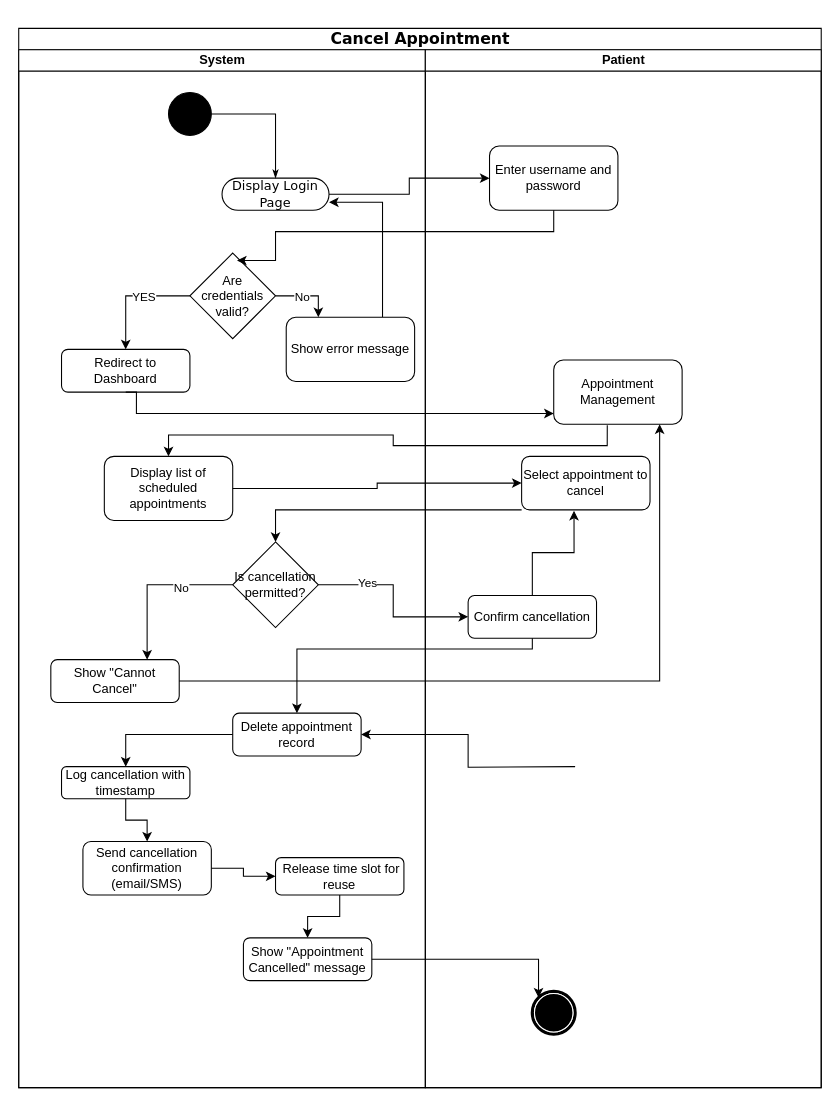
This is Untitled Diagram.drawio from ElisonaDoku-ENG/chess, a draw.io file, before an edit. Source tidied: cells renumbered, new cells numbered last; positions are measured from the earlier drawing's top-left corner, leaving out a move shared by most shapes. Both pictures are drawn from the tidied source at 107%, with x=0, y=0 at pixel (18, 28).
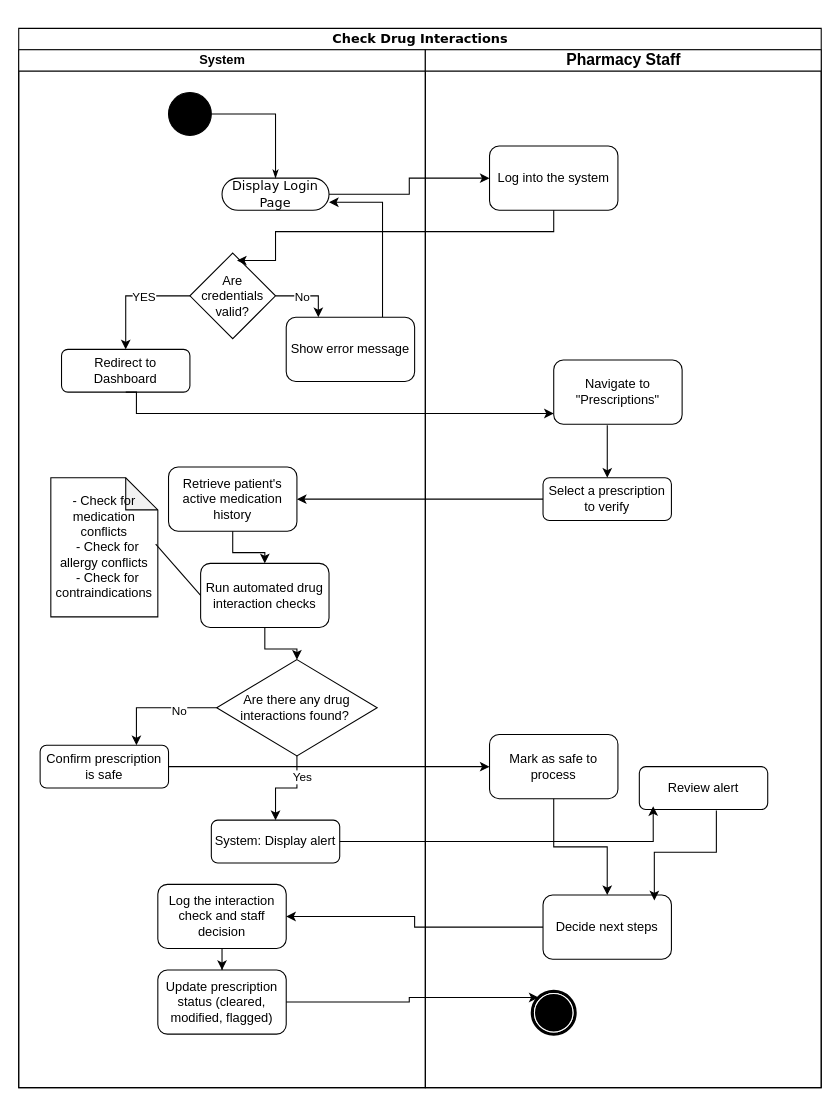
The same page after the edit.

Commit message:
Check Drug Interactions.drawio

The change refers to these unchanged cells:
```xml
<mxCell id="3" value="System" style="swimlane;html=1;startSize=20;" parent="2" vertex="1">
  <mxGeometry y="20" width="380" height="970" as="geometry" />
</mxCell>
<mxCell id="30" style="shape=mxgraph.bpmn.shape;html=1;verticalLabelPosition=bottom;labelBackgroundColor=#ffffff;verticalAlign=top;perimeter=ellipsePerimeter;outline=end;symbol=terminate;rounded=0;shadow=0;comic=0;strokeWidth=1;fontFamily=Verdana;fontSize=12;align=center;" parent="29" vertex="1">
  <mxGeometry x="100" y="880" width="40" height="40" as="geometry" />
</mxCell>
```

Diff of the diagram source:
```diff
@@
-    <mxCell id="2" value="&lt;span style=&quot;font-size:11.0pt;line-height:107%;&lt;br/&gt;font-family:&amp;quot;Arial&amp;quot;,sans-serif;mso-fareast-font-family:Calibri;mso-fareast-theme-font:&lt;br/&gt;minor-latin;mso-ansi-language:EN-US;mso-fareast-language:EN-US;mso-bidi-language:&lt;br/&gt;AR-SA&quot;&gt;Cancel Appointment &lt;/span&gt;" style="swimlane;html=1;startSize=20;rounded=0;shadow=0;comic=0;labelBackgroundColor=none;strokeWidth=1;fontFamily=Verdana;fontSize=12;align=center;" parent="1" vertex="1">
+    <mxCell id="2" value="&lt;p&gt;Check Drug Interactions&lt;/p&gt;" style="swimlane;html=1;startSize=20;rounded=0;shadow=0;comic=0;labelBackgroundColor=none;strokeWidth=1;fontFamily=Verdana;fontSize=12;align=center;" parent="1" vertex="1">
       <mxGeometry width="750" height="990" as="geometry" />
     </mxCell>
@@
-    <mxCell id="15" value="Display list of scheduled appointments" style="rounded=1;whiteSpace=wrap;html=1;" parent="3" vertex="1">
-      <mxGeometry x="80" y="380" width="120" height="60" as="geometry" />
-    </mxCell>
-    <mxCell id="16" value="Is cancellation permitted?" style="rhombus;whiteSpace=wrap;html=1;" parent="3" vertex="1">
-      <mxGeometry x="200" y="460" width="80" height="80" as="geometry" />
+    <mxCell id="16" value="Are there any drug interactions found?&amp;nbsp;" style="rhombus;whiteSpace=wrap;html=1;" parent="3" vertex="1">
+      <mxGeometry x="185" y="570" width="150" height="90" as="geometry" />
     </mxCell>
-    <mxCell id="17" value="Show &quot;Cannot Cancel&quot;" style="rounded=1;whiteSpace=wrap;html=1;" parent="3" vertex="1">
-      <mxGeometry x="30" y="570" width="120" height="40" as="geometry" />
+    <mxCell id="17" value="Confirm prescription is safe" style="rounded=1;whiteSpace=wrap;html=1;" parent="3" vertex="1">
+      <mxGeometry x="20" y="650" width="120" height="40" as="geometry" />
     </mxCell>
@@
-    <mxCell id="20" value="Delete appointment record" style="rounded=1;whiteSpace=wrap;html=1;" parent="3" vertex="1">
-      <mxGeometry x="200" y="620" width="120" height="40" as="geometry" />
-    </mxCell>
-    <mxCell id="21" value="Send cancellation confirmation (email/SMS)" style="rounded=1;whiteSpace=wrap;html=1;" parent="3" vertex="1">
-      <mxGeometry x="60" y="740" width="120" height="50" as="geometry" />
-    </mxCell>
-    <mxCell id="22" value="&amp;nbsp;Release time slot for reuse" style="rounded=1;whiteSpace=wrap;html=1;" parent="3" vertex="1">
-      <mxGeometry x="240" y="755" width="120" height="35" as="geometry" />
-    </mxCell>
-    <mxCell id="23" style="edgeStyle=orthogonalEdgeStyle;rounded=0;jettySize=auto;html=1;" parent="3" edge="1" source="21" target="22">
-      <mxGeometry relative="1" as="geometry" />
-    </mxCell>
-    <mxCell id="24" value="Show &quot;Appointment Cancelled&quot; message" style="rounded=1;whiteSpace=wrap;html=1;" parent="3" vertex="1">
-      <mxGeometry x="210" y="830" width="120" height="40" as="geometry" />
-    </mxCell>
-    <mxCell id="25" style="edgeStyle=orthogonalEdgeStyle;rounded=0;jettySize=auto;html=1;" parent="3" edge="1" source="22" target="24">
-      <mxGeometry relative="1" as="geometry" />
-    </mxCell>
-    <mxCell id="26" value="Log cancellation with timestamp" style="rounded=1;whiteSpace=wrap;html=1;" parent="3" vertex="1">
-      <mxGeometry x="40" y="670" width="120" height="30" as="geometry" />
-    </mxCell>
-    <mxCell id="27" style="edgeStyle=orthogonalEdgeStyle;rounded=0;jettySize=auto;html=1;" parent="3" edge="1" source="20" target="26">
-      <mxGeometry relative="1" as="geometry" />
-    </mxCell>
-    <mxCell id="28" style="edgeStyle=orthogonalEdgeStyle;rounded=0;jettySize=auto;html=1;" parent="3" edge="1" source="26" target="21">
-      <mxGeometry relative="1" as="geometry" />
-    </mxCell>
+    <mxCell id="48" value="Retrieve patient's active medication history" style="rounded=1;whiteSpace=wrap;html=1;" parent="3" vertex="1">
+      <mxGeometry x="140" y="390" width="120" height="60" as="geometry" />
+    </mxCell>
+    <mxCell id="49" style="edgeStyle=orthogonalEdgeStyle;rounded=0;jettySize=auto;html=1;" parent="3" edge="1" source="50" target="16">
+      <mxGeometry relative="1" as="geometry" />
+    </mxCell>
+    <mxCell id="50" value="Run automated drug interaction checks" style="rounded=1;whiteSpace=wrap;html=1;" parent="3" vertex="1">
+      <mxGeometry x="170" y="480" width="120" height="60" as="geometry" />
+    </mxCell>
+    <mxCell id="51" style="edgeStyle=orthogonalEdgeStyle;rounded=0;jettySize=auto;html=1;" parent="3" edge="1" source="48" target="50">
+      <mxGeometry relative="1" as="geometry" />
+    </mxCell>
+    <mxCell id="52" value="&lt;div&gt;- Check for medication conflicts&lt;/div&gt;&lt;div&gt;&amp;nbsp; - Check for allergy conflicts&lt;/div&gt;&lt;div&gt;&amp;nbsp; - Check for contraindications&lt;/div&gt;" style="shape=note;whiteSpace=wrap;html=1;backgroundOutline=1;darkOpacity=0.05;" parent="3" vertex="1">
+      <mxGeometry x="30" y="400" width="100" height="130" as="geometry" />
+    </mxCell>
+    <mxCell id="53" style="endArrow=none;html=1;rounded=0;exitX=0.98;exitY=0.477;exitDx=0;exitDy=0;exitPerimeter=0;entryX=0;entryY=0.5;entryDx=0;entryDy=0;" parent="3" edge="1" source="52" target="50">
+      <mxGeometry relative="1" as="geometry" />
+    </mxCell>
+    <mxCell id="54" value="System: Display alert" style="rounded=1;whiteSpace=wrap;html=1;" parent="3" vertex="1">
+      <mxGeometry x="180" y="720" width="120" height="40" as="geometry" />
+    </mxCell>
+    <mxCell id="55" style="edgeStyle=orthogonalEdgeStyle;rounded=0;jettySize=auto;html=1;" parent="3" edge="1" source="16" target="54">
+      <mxGeometry relative="1" as="geometry" />
+    </mxCell>
+    <mxCell id="45" value="Yes" style="edgeLabel;html=1;align=center;verticalAlign=middle;" parent="55" vertex="1">
+      <mxGeometry x="-0.53" y="4" relative="1" as="geometry" />
+    </mxCell>
+    <mxCell id="56" value="Update prescription status (cleared, modified, flagged)" style="rounded=1;whiteSpace=wrap;html=1;" parent="3" vertex="1">
+      <mxGeometry x="130" y="860" width="120" height="60" as="geometry" />
+    </mxCell>
-    <mxCell id="29" value="Patient" style="swimlane;html=1;startSize=20;" parent="2" vertex="1">
+    <mxCell id="29" value="&lt;span style=&quot;font-size:11.0pt;line-height:107%;&lt;br/&gt;font-family:&amp;quot;Arial&amp;quot;,sans-serif;mso-fareast-font-family:Calibri;mso-fareast-theme-font:&lt;br/&gt;minor-latin;mso-ansi-language:EN-US;mso-fareast-language:EN-US;mso-bidi-language:&lt;br/&gt;AR-SA&quot;&gt;Pharmacy Staff&lt;/span&gt;" style="swimlane;html=1;startSize=20;" parent="2" vertex="1">
       <mxGeometry x="380" y="20" width="370" height="970" as="geometry" />
     </mxCell>
@@
-    <mxCell id="31" value="Enter username and password" style="rounded=1;whiteSpace=wrap;html=1;" parent="29" vertex="1">
+    <mxCell id="31" value="Log into the system" style="rounded=1;whiteSpace=wrap;html=1;" parent="29" vertex="1">
       <mxGeometry x="60" y="90" width="120" height="60" as="geometry" />
     </mxCell>
-    <mxCell id="32" value="Appointment Management" style="rounded=1;whiteSpace=wrap;html=1;" parent="29" vertex="1">
+    <mxCell id="32" value="Navigate to &quot;Prescriptions&quot;" style="rounded=1;whiteSpace=wrap;html=1;" parent="29" vertex="1">
       <mxGeometry x="120" y="290" width="120" height="60" as="geometry" />
     </mxCell>
-    <mxCell id="33" value="Select appointment to cancel" style="rounded=1;whiteSpace=wrap;html=1;" parent="29" vertex="1">
-      <mxGeometry x="90" y="380" width="120" height="50" as="geometry" />
-    </mxCell>
-    <mxCell id="34" value="Confirm cancellation" style="rounded=1;whiteSpace=wrap;html=1;" parent="29" vertex="1">
-      <mxGeometry x="40" y="510" width="120" height="40" as="geometry" />
-    </mxCell>
-    <mxCell id="35" style="edgeStyle=orthogonalEdgeStyle;rounded=0;jettySize=auto;html=1;entryX=0.408;entryY=1.017;entryDx=0;entryDy=0;entryPerimeter=0;" parent="29" edge="1" source="34" target="33">
-      <mxGeometry relative="1" as="geometry" />
-    </mxCell>
+    <mxCell id="15" value="Select a prescription to verify" style="rounded=1;whiteSpace=wrap;html=1;" parent="29" vertex="1">
+      <mxGeometry x="110" y="400" width="120" height="40" as="geometry" />
+    </mxCell>
+    <mxCell id="39" style="edgeStyle=orthogonalEdgeStyle;rounded=0;jettySize=auto;html=1;exitX=0.417;exitY=1.017;exitDx=0;exitDy=0;exitPerimeter=0;" parent="29" edge="1" source="32" target="15">
+      <mxGeometry relative="1" as="geometry" />
+    </mxCell>
+    <mxCell id="57" value="Mark as safe to process" style="rounded=1;whiteSpace=wrap;html=1;" parent="29" vertex="1">
+      <mxGeometry x="60" y="640" width="120" height="60" as="geometry" />
+    </mxCell>
+    <mxCell id="58" value="Review alert" style="rounded=1;whiteSpace=wrap;html=1;" parent="29" vertex="1">
+      <mxGeometry x="200" y="670" width="120" height="40" as="geometry" />
+    </mxCell>
+    <mxCell id="59" value="Decide next steps" style="rounded=1;whiteSpace=wrap;html=1;" parent="29" vertex="1">
+      <mxGeometry x="110" y="790" width="120" height="60" as="geometry" />
+    </mxCell>
+    <mxCell id="60" style="edgeStyle=orthogonalEdgeStyle;rounded=0;jettySize=auto;html=1;" parent="29" edge="1" source="57" target="59">
+      <mxGeometry relative="1" as="geometry" />
+    </mxCell>
+    <mxCell id="61" style="edgeStyle=orthogonalEdgeStyle;rounded=0;jettySize=auto;html=1;entryX=0.867;entryY=0.083;entryDx=0;entryDy=0;entryPerimeter=0;exitX=0.6;exitY=1.025;exitDx=0;exitDy=0;exitPerimeter=0;" parent="29" edge="1" source="58" target="59">
+      <mxGeometry relative="1" as="geometry" />
+    </mxCell>
@@
-    <mxCell id="39" style="edgeStyle=orthogonalEdgeStyle;rounded=0;jettySize=auto;html=1;exitX=0.417;exitY=1.017;exitDx=0;exitDy=0;exitPerimeter=0;" parent="2" edge="1" source="32" target="15">
-      <mxGeometry relative="1" as="geometry" />
-    </mxCell>
-    <mxCell id="40" style="edgeStyle=orthogonalEdgeStyle;rounded=0;jettySize=auto;html=1;" parent="2" edge="1" source="15" target="33">
-      <mxGeometry relative="1" as="geometry" />
-    </mxCell>
-    <mxCell id="41" style="edgeStyle=orthogonalEdgeStyle;rounded=0;jettySize=auto;html=1;entryX=1;entryY=0.5;entryDx=0;entryDy=0;exitX=0.5;exitY=1;exitDx=0;exitDy=0;" parent="2" edge="1" target="20">
-      <mxGeometry relative="1" as="geometry">
-        <mxPoint x="520" y="690" as="sourcePoint" />
-      </mxGeometry>
-    </mxCell>
-    <mxCell id="42" style="edgeStyle=orthogonalEdgeStyle;rounded=0;jettySize=auto;html=1;entryX=0.145;entryY=0.145;entryDx=0;entryDy=0;entryPerimeter=0;" parent="2" edge="1" source="24" target="30">
+    <mxCell id="42" style="edgeStyle=orthogonalEdgeStyle;rounded=0;jettySize=auto;html=1;entryX=0.145;entryY=0.145;entryDx=0;entryDy=0;entryPerimeter=0;exitX=1;exitY=0.5;exitDx=0;exitDy=0;" parent="2" edge="1" source="56" target="30">
       <mxGeometry relative="1" as="geometry" />
     </mxCell>
-    <mxCell id="43" style="edgeStyle=orthogonalEdgeStyle;rounded=0;jettySize=auto;html=1;entryX=0.5;entryY=0;entryDx=0;entryDy=0;" parent="2" edge="1" source="33" target="16">
-      <mxGeometry relative="1" as="geometry">
-        <Array as="points">
-          <mxPoint x="240" y="450" />
-        </Array>
-      </mxGeometry>
-    </mxCell>
-    <mxCell id="44" style="edgeStyle=orthogonalEdgeStyle;rounded=0;jettySize=auto;html=1;" parent="2" edge="1" source="16" target="34">
-      <mxGeometry relative="1" as="geometry" />
-    </mxCell>
-    <mxCell id="45" value="Yes" style="edgeLabel;html=1;align=center;verticalAlign=middle;" parent="44" vertex="1">
-      <mxGeometry x="-0.47" y="2" relative="1" as="geometry" />
-    </mxCell>
-    <mxCell id="46" style="edgeStyle=orthogonalEdgeStyle;rounded=0;jettySize=auto;html=1;entryX=0.825;entryY=1;entryDx=0;entryDy=0;entryPerimeter=0;" parent="2" edge="1" source="17" target="32">
-      <mxGeometry relative="1" as="geometry" />
-    </mxCell>
-    <mxCell id="47" style="edgeStyle=orthogonalEdgeStyle;rounded=0;jettySize=auto;html=1;entryX=0.5;entryY=0;entryDx=0;entryDy=0;" parent="2" edge="1" source="34" target="20">
-      <mxGeometry relative="1" as="geometry">
-        <Array as="points">
-          <mxPoint x="480" y="580" />
-          <mxPoint x="260" y="580" />
-        </Array>
-      </mxGeometry>
-    </mxCell>
+    <mxCell id="62" style="edgeStyle=orthogonalEdgeStyle;rounded=0;jettySize=auto;html=1;" parent="2" edge="1" source="15" target="48">
+      <mxGeometry relative="1" as="geometry" />
+    </mxCell>
+    <mxCell id="63" style="edgeStyle=orthogonalEdgeStyle;rounded=0;jettySize=auto;html=1;" parent="2" edge="1" source="17" target="57">
+      <mxGeometry relative="1" as="geometry" />
+    </mxCell>
+    <mxCell id="64" style="edgeStyle=orthogonalEdgeStyle;rounded=0;jettySize=auto;html=1;entryX=0.108;entryY=0.925;entryDx=0;entryDy=0;entryPerimeter=0;" parent="2" edge="1" source="54" target="58">
+      <mxGeometry relative="1" as="geometry" />
+    </mxCell>
+    <mxCell id="65" style="edgeStyle=orthogonalEdgeStyle;rounded=0;jettySize=auto;html=1;" parent="1" edge="1" source="66" target="56">
+      <mxGeometry relative="1" as="geometry" />
+    </mxCell>
+    <mxCell id="66" value="Log the interaction check and staff decision" style="rounded=1;whiteSpace=wrap;html=1;" parent="1" vertex="1">
+      <mxGeometry x="130" y="800" width="120" height="60" as="geometry" />
+    </mxCell>
+    <mxCell id="67" style="edgeStyle=orthogonalEdgeStyle;rounded=0;jettySize=auto;html=1;" parent="1" edge="1" source="59" target="66">
+      <mxGeometry relative="1" as="geometry" />
+    </mxCell>
```
